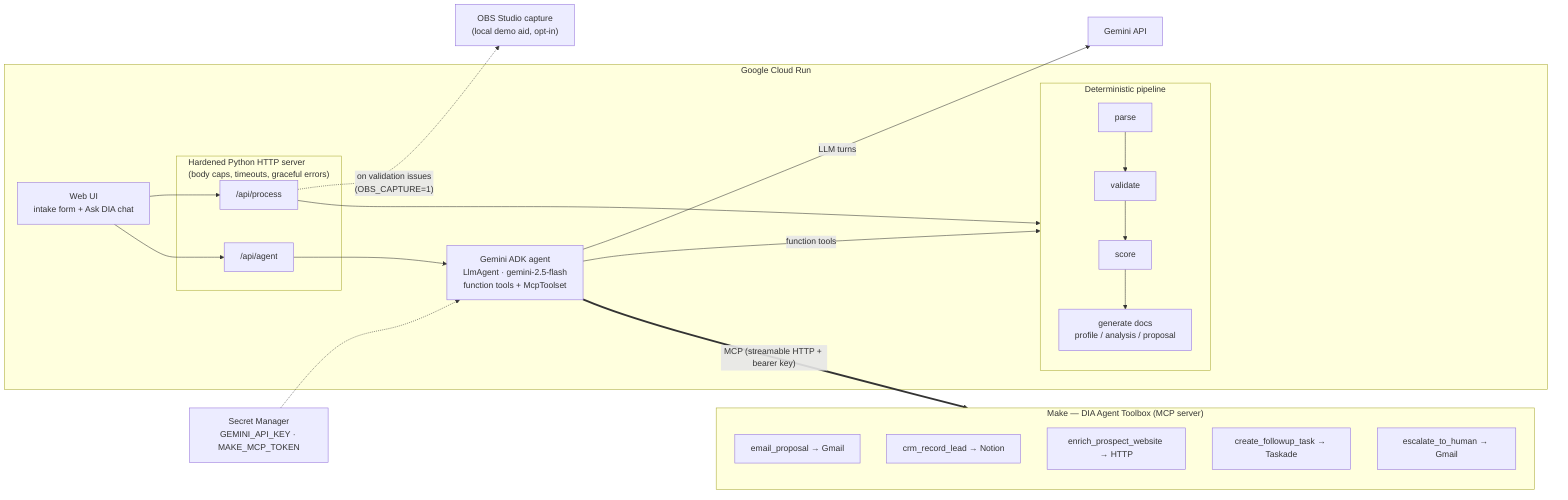
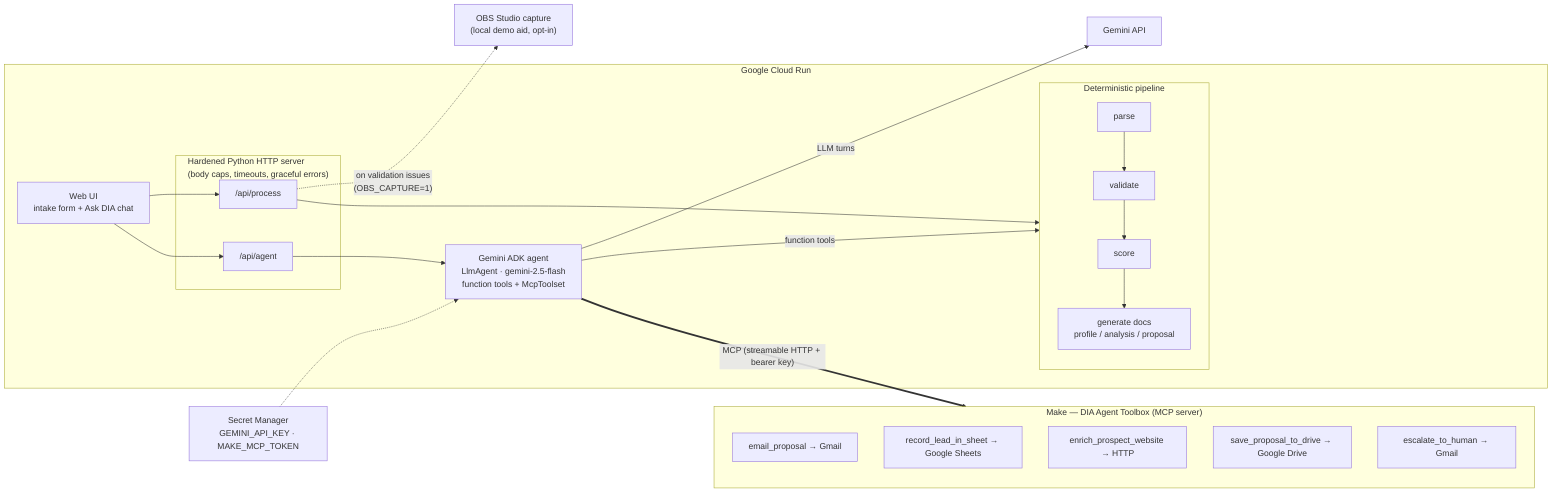
flowchart LR
    subgraph CR["Google Cloud Run"]
        UI["Web UI<br/>intake form + Ask DIA chat"]
        subgraph SRV["Hardened Python HTTP server<br/>(body caps, timeouts, graceful errors)"]
            API["/api/process"]
            AGAPI["/api/agent"]
        end
        subgraph PIPE["Deterministic pipeline"]
            P["parse"] --> V["validate"] --> S["score"] --> G["generate docs<br/>profile / analysis / proposal"]
        end
        AG["Gemini ADK agent<br/>LlmAgent · gemini-2.5-flash<br/>function tools + McpToolset"]
    end
    SM["Secret Manager<br/>GEMINI_API_KEY · MAKE_MCP_TOKEN"]
    subgraph MAKE["Make — DIA Agent Toolbox (MCP server)"]
        T1["email_proposal → Gmail"]
-         T2["crm_record_lead → Notion"]
+         T2["record_lead_in_sheet → Google Sheets"]
        T3["enrich_prospect_website → HTTP"]
-         T4["create_followup_task → Taskade"]
+         T4["save_proposal_to_drive → Google Drive"]
        T5["escalate_to_human → Gmail"]
    end
    OBS["OBS Studio capture<br/>(local demo aid, opt-in)"]
    GEM["Gemini API"]

    UI --> API
    UI --> AGAPI
    API --> PIPE
    AGAPI --> AG
    AG -- "function tools" --> PIPE
    AG -- "LLM turns" --> GEM
    AG == "MCP (streamable HTTP + bearer key)" ==> MAKE
    SM -.-> AG
    API -. "on validation issues<br/>(OBS_CAPTURE=1)" .-> OBS